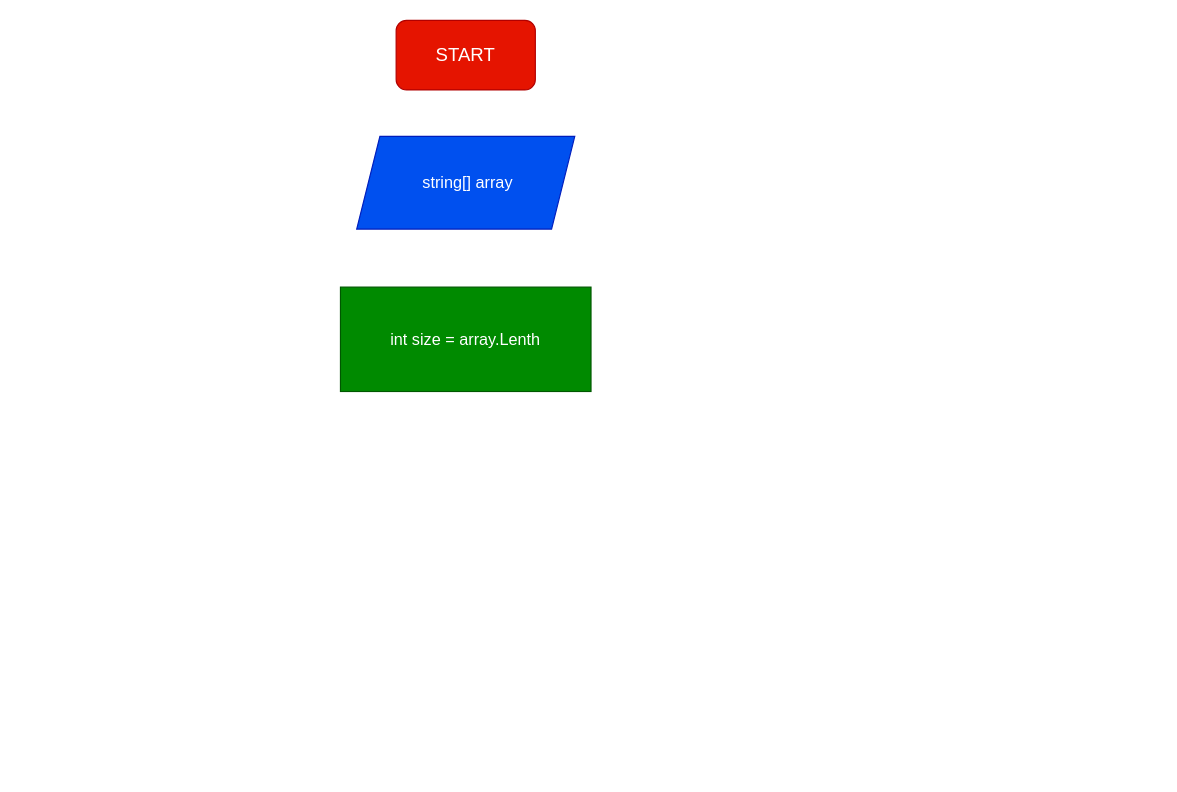
The draw.io diagram diagrams.drawio in Sergei945/FinishProjectSpecial, before the edit. Source tidied: cells renumbered, new cells numbered last; positions are measured from the earlier drawing's top-left corner, leaving out a move shared by most shapes. Both pictures are drawn from the tidied source at 116%, with x=0, y=0 at pixel (340, 20).
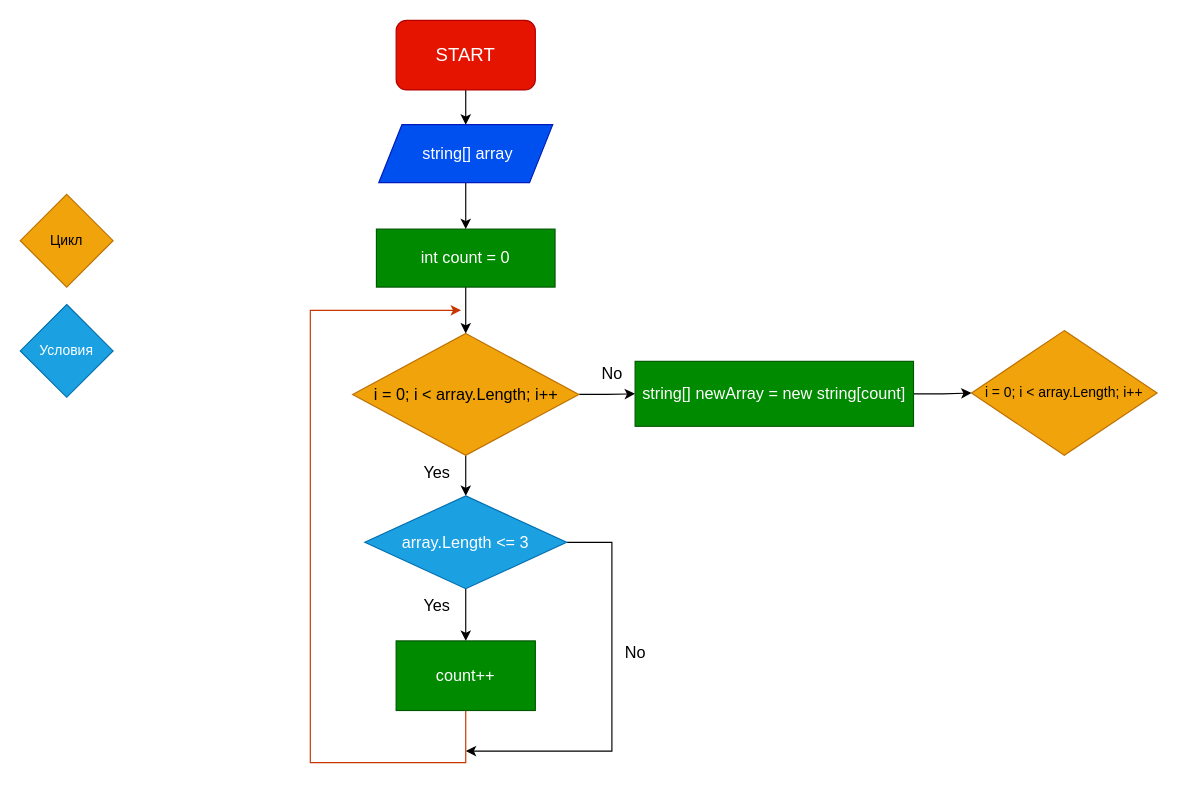
The same diagram, later.

Commit message (it also covers changes not shown here):
add files with diagrams and photo with myalgaritm

The change refers to these unchanged cells:
```xml
<mxCell id="2" value="&lt;font size=&quot;3&quot;&gt;START&lt;/font&gt;" style="rounded=1;whiteSpace=wrap;html=1;fillColor=#e51400;fontColor=#ffffff;strokeColor=#B20000;" parent="1" vertex="1">
  <mxGeometry x="48" width="120" height="60" as="geometry" />
</mxCell>
```

Diff of the diagram source:
```diff
@@
+    <mxCell id="5" style="edgeStyle=orthogonalEdgeStyle;rounded=0;jettySize=auto;html=1;fontFamily=Helvetica;fontSize=14;" parent="1" edge="1" source="2" target="4">
+      <mxGeometry relative="1" as="geometry" />
+    </mxCell>
@@
+    <mxCell id="6" style="edgeStyle=orthogonalEdgeStyle;rounded=0;jettySize=auto;html=1;fontFamily=Helvetica;fontSize=14;" parent="1" edge="1" source="3" target="10">
+      <mxGeometry relative="1" as="geometry" />
+    </mxCell>
-    <mxCell id="3" value="int size = array.Lenth" style="rounded=0;whiteSpace=wrap;html=1;fontSize=14;fillColor=#008a00;fontColor=#ffffff;strokeColor=#005700;" parent="1" vertex="1">
-      <mxGeometry y="230" width="216" height="90" as="geometry" />
+    <mxCell id="3" value="int count = 0" style="rounded=0;whiteSpace=wrap;html=1;fontSize=14;fillColor=#008a00;fontColor=#ffffff;strokeColor=#005700;" parent="1" vertex="1">
+      <mxGeometry x="31" y="180" width="154" height="50" as="geometry" />
     </mxCell>
+    <mxCell id="7" style="edgeStyle=orthogonalEdgeStyle;rounded=0;jettySize=auto;html=1;fontFamily=Helvetica;fontSize=14;" parent="1" edge="1" source="4" target="3">
+      <mxGeometry relative="1" as="geometry" />
+    </mxCell>
     <mxCell id="4" value="&amp;nbsp;string[] array" style="shape=parallelogram;perimeter=parallelogramPerimeter;whiteSpace=wrap;html=1;fixedSize=1;fontSize=14;fillColor=#0050ef;fontColor=#ffffff;strokeColor=#001DBC;" parent="1" vertex="1">
-      <mxGeometry x="14" y="100" width="188" height="80" as="geometry" />
+      <mxGeometry x="33" y="90" width="150" height="50" as="geometry" />
     </mxCell>
+    <mxCell id="8" style="edgeStyle=orthogonalEdgeStyle;rounded=0;jettySize=auto;html=1;fontFamily=Helvetica;fontSize=14;" parent="1" edge="1" source="10" target="15">
+      <mxGeometry relative="1" as="geometry" />
+    </mxCell>
+    <mxCell id="9" style="edgeStyle=orthogonalEdgeStyle;rounded=0;jettySize=auto;html=1;fontFamily=Helvetica;fontSize=14;" parent="1" edge="1" source="10" target="24">
+      <mxGeometry relative="1" as="geometry" />
+    </mxCell>
+    <mxCell id="10" value="i = 0; i &amp;lt; array.Length; i++" style="rhombus;whiteSpace=wrap;html=1;fontSize=14;fillColor=#f0a30a;strokeColor=#BD7000;fontColor=#000000;rounded=0;" parent="1" vertex="1">
+      <mxGeometry x="10.5" y="270" width="195" height="105" as="geometry" />
+    </mxCell>
+    <mxCell id="11" value="Цикл" style="rhombus;whiteSpace=wrap;html=1;fillColor=#f0a30a;fontColor=#000000;strokeColor=#BD7000;" parent="1" vertex="1">
+      <mxGeometry x="-276" y="150" width="80" height="80" as="geometry" />
+    </mxCell>
+    <mxCell id="12" value="Условия" style="rhombus;whiteSpace=wrap;html=1;fillColor=#1ba1e2;fontColor=#ffffff;strokeColor=#006EAF;" parent="1" vertex="1">
+      <mxGeometry x="-276" y="245" width="80" height="80" as="geometry" />
+    </mxCell>
+    <mxCell id="13" style="edgeStyle=orthogonalEdgeStyle;rounded=0;jettySize=auto;html=1;fontFamily=Helvetica;fontSize=14;" parent="1" edge="1" source="15" target="19">
+      <mxGeometry relative="1" as="geometry" />
+    </mxCell>
+    <mxCell id="14" style="edgeStyle=orthogonalEdgeStyle;rounded=0;jettySize=auto;html=1;fontFamily=Helvetica;fontSize=14;" parent="1" edge="1" source="15">
+      <mxGeometry relative="1" as="geometry">
+        <mxPoint x="108" y="630" as="targetPoint" />
+        <Array as="points">
+          <mxPoint x="234" y="450" />
+          <mxPoint x="234" y="630" />
+        </Array>
+      </mxGeometry>
+    </mxCell>
+    <mxCell id="15" value="array.Length &amp;lt;= 3" style="rhombus;whiteSpace=wrap;html=1;fontSize=14;fillColor=#1ba1e2;strokeColor=#006EAF;fontColor=#ffffff;rounded=0;" parent="1" vertex="1">
+      <mxGeometry x="21" y="410" width="174" height="80" as="geometry" />
+    </mxCell>
+    <mxCell id="16" value="Yes" style="text;html=1;align=center;verticalAlign=middle;strokeColor=none;fillColor=none;fontSize=14;fontFamily=Helvetica;" parent="1" vertex="1">
+      <mxGeometry x="58" y="375" width="50" height="30" as="geometry" />
+    </mxCell>
+    <mxCell id="17" value="Yes" style="text;html=1;align=center;verticalAlign=middle;strokeColor=none;fillColor=none;fontSize=14;fontFamily=Helvetica;" parent="1" vertex="1">
+      <mxGeometry x="58" y="490" width="50" height="30" as="geometry" />
+    </mxCell>
+    <mxCell id="18" style="edgeStyle=orthogonalEdgeStyle;rounded=0;jettySize=auto;html=1;fontFamily=Helvetica;fontSize=14;exitX=0.5;exitY=1;exitDx=0;exitDy=0;fillColor=#fa6800;strokeColor=#C73500;" parent="1" edge="1" source="19">
+      <mxGeometry relative="1" as="geometry">
+        <mxPoint x="104" y="250" as="targetPoint" />
+        <Array as="points">
+          <mxPoint x="108" y="640" />
+          <mxPoint x="-26" y="640" />
+          <mxPoint x="-26" y="250" />
+        </Array>
+      </mxGeometry>
+    </mxCell>
+    <mxCell id="19" value="count++" style="rounded=0;whiteSpace=wrap;html=1;fontFamily=Helvetica;fontSize=14;fillColor=#008a00;fontColor=#ffffff;strokeColor=#005700;" parent="1" vertex="1">
+      <mxGeometry x="48" y="535" width="120" height="60" as="geometry" />
+    </mxCell>
+    <mxCell id="20" value="No" style="text;html=1;align=center;verticalAlign=middle;strokeColor=none;fillColor=none;fontSize=14;fontFamily=Helvetica;" parent="1" vertex="1">
+      <mxGeometry x="214" y="290" width="40" height="30" as="geometry" />
+    </mxCell>
+    <mxCell id="21" value="i = 0; i &amp;lt; array.Length; i++" style="rhombus;whiteSpace=wrap;html=1;fillColor=#f0a30a;fontColor=#000000;strokeColor=#BD7000;" parent="1" vertex="1">
+      <mxGeometry x="544" y="267.5" width="160" height="107.5" as="geometry" />
+    </mxCell>
+    <mxCell id="22" value="No" style="text;html=1;align=center;verticalAlign=middle;strokeColor=none;fillColor=none;fontSize=14;fontFamily=Helvetica;" parent="1" vertex="1">
+      <mxGeometry x="234" y="530" width="40" height="30" as="geometry" />
+    </mxCell>
+    <mxCell id="23" style="edgeStyle=orthogonalEdgeStyle;rounded=0;jettySize=auto;html=1;fontFamily=Helvetica;fontSize=14;" parent="1" edge="1" source="24" target="21">
+      <mxGeometry relative="1" as="geometry" />
+    </mxCell>
+    <mxCell id="24" value="string[] newArray = new string[count]" style="rounded=0;whiteSpace=wrap;html=1;fontFamily=Helvetica;fontSize=14;fillColor=#008a00;fontColor=#ffffff;strokeColor=#005700;" parent="1" vertex="1">
+      <mxGeometry x="254" y="294" width="240" height="56" as="geometry" />
+    </mxCell>
```
